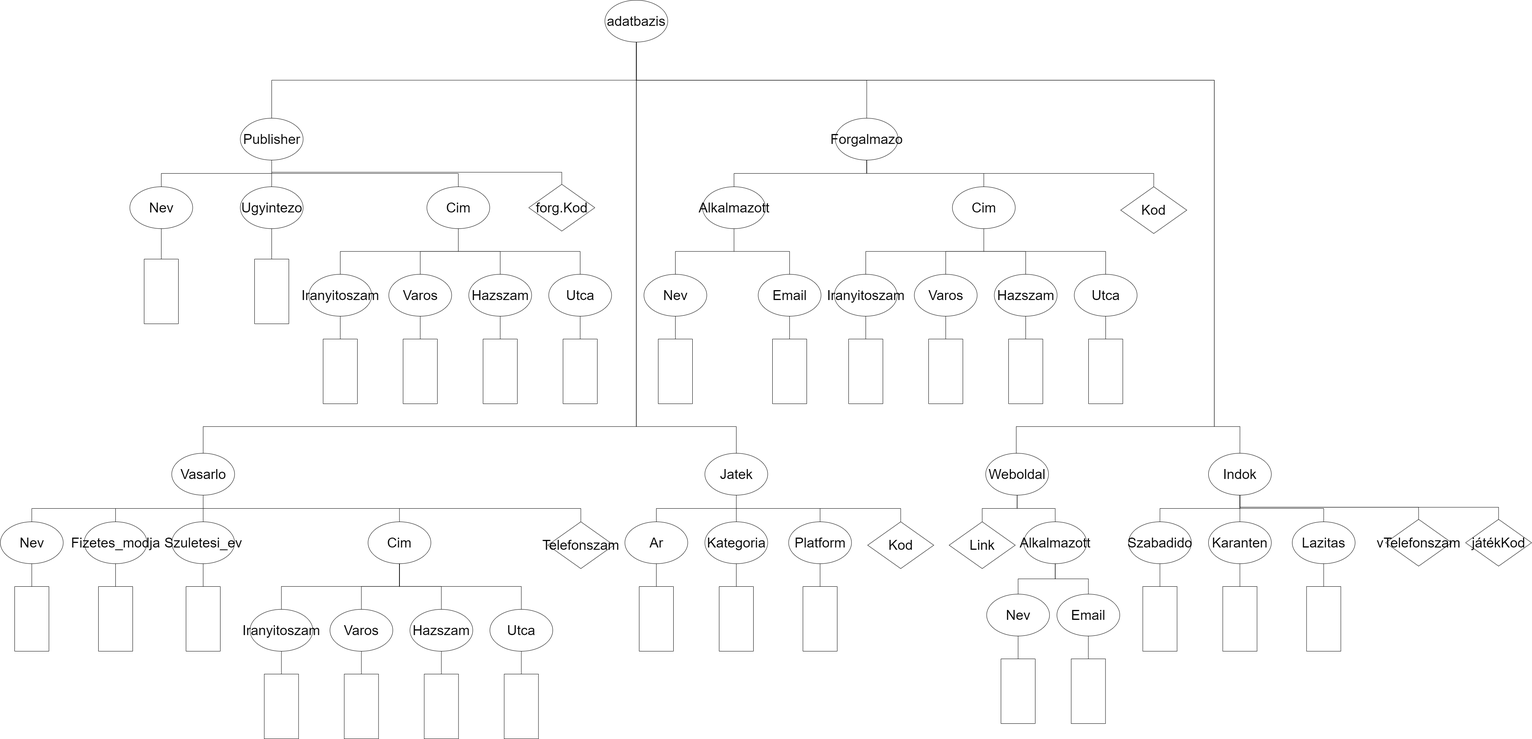
This is XMLTaskBPWTW0/XDMBPWTW0.png from martonmengyan/BPWTW0_XMLGyak, a draw.io export, as it was before one commit. Source tidied: cells renumbered, new cells last; positions are measured from the earlier drawing's top-left corner, leaving out a move shared by most shapes.
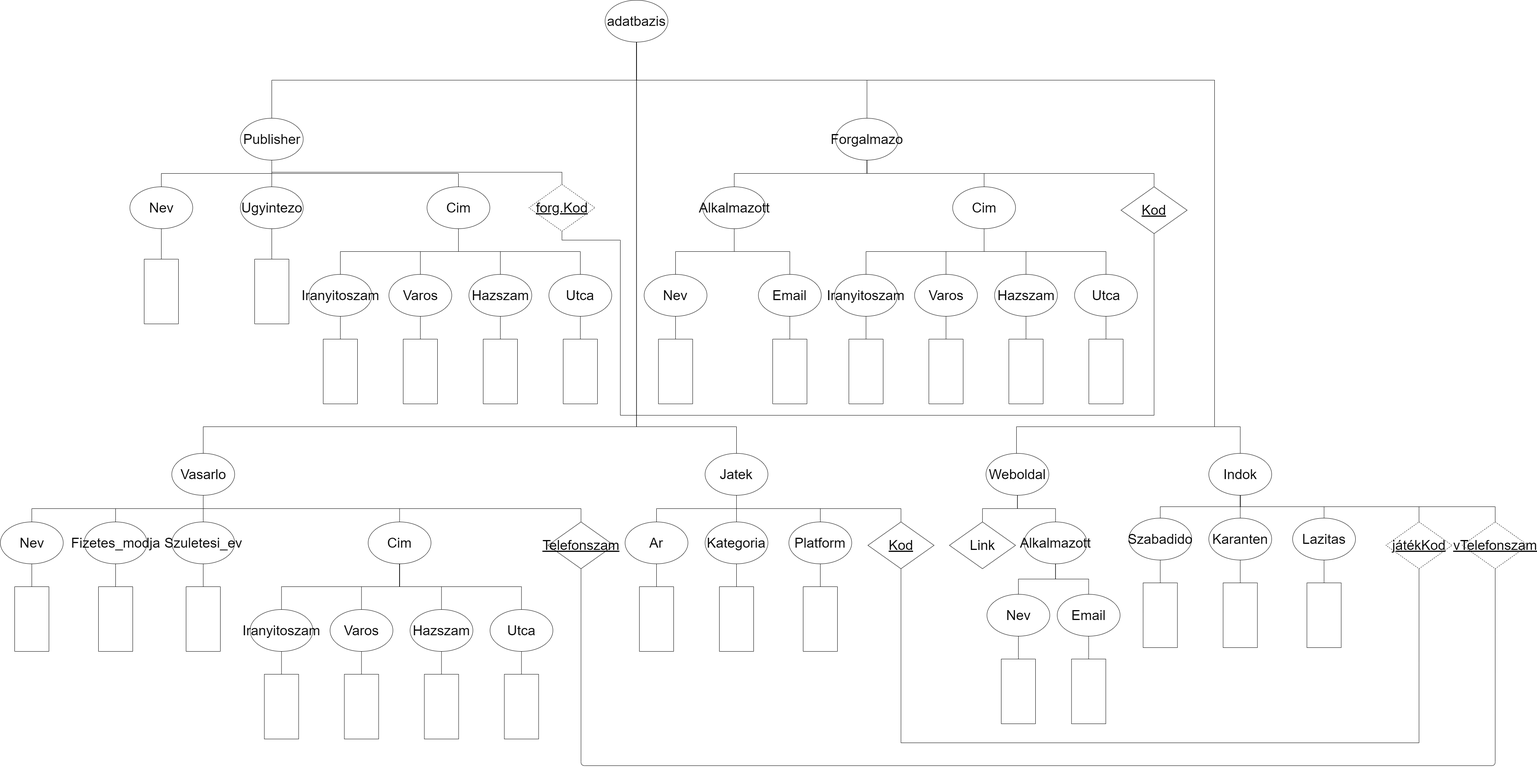
After the change.

Change to the diagram source:
```diff
@@ -260,7 +260,7 @@
     <mxCell id="87" style="endArrow=none;html=1;exitX=0.5;exitY=1;exitDx=0;exitDy=0;entryX=0;entryY=0.5;entryDx=0;entryDy=0;" parent="1" edge="1" source="74" target="83">
       <mxGeometry relative="1" as="geometry" />
     </mxCell>
-    <mxCell id="88" value="&lt;font style=&quot;font-size: 36px&quot;&gt;Kod&lt;/font&gt;" style="rhombus;whiteSpace=wrap;html=1;" parent="1" vertex="1">
+    <mxCell id="88" value="&lt;font style=&quot;font-size: 36px&quot;&gt;&lt;u&gt;Kod&lt;/u&gt;&lt;/font&gt;" style="rhombus;whiteSpace=wrap;html=1;" parent="1" vertex="1">
       <mxGeometry x="2944.5" y="490" width="173.5" height="122.9" as="geometry" />
     </mxCell>
     <mxCell id="89" style="endArrow=none;html=1;exitX=0.5;exitY=1;exitDx=0;exitDy=0;entryX=0.5;entryY=0;entryDx=0;entryDy=0;edgeStyle=orthogonalEdgeStyle;rounded=0;" parent="1" edge="1" source="4" target="88">
@@ -278,7 +278,7 @@
     <mxCell id="93" style="endArrow=none;html=1;exitX=0.5;exitY=1;exitDx=0;exitDy=0;entryX=0.5;entryY=0;entryDx=0;entryDy=0;edgeStyle=orthogonalEdgeStyle;rounded=0;" parent="1" edge="1" source="3" target="71">
       <mxGeometry relative="1" as="geometry" />
     </mxCell>
-    <mxCell id="94" value="&lt;font style=&quot;font-size: 36px&quot;&gt;Telefonszam&lt;/font&gt;" style="rhombus;whiteSpace=wrap;html=1;" parent="1" vertex="1">
+    <mxCell id="94" value="&lt;font style=&quot;font-size: 36px&quot;&gt;&lt;u&gt;Telefonszam&lt;/u&gt;&lt;/font&gt;" style="rhombus;whiteSpace=wrap;html=1;" parent="1" vertex="1">
       <mxGeometry x="1440" y="1370" width="173.5" height="122.9" as="geometry" />
     </mxCell>
     <mxCell id="95" style="endArrow=none;html=1;exitX=0.5;exitY=1;exitDx=0;exitDy=0;entryX=0.5;entryY=0;entryDx=0;entryDy=0;edgeStyle=orthogonalEdgeStyle;rounded=0;" parent="1" edge="1" source="3" target="94">
@@ -320,7 +320,7 @@
     <mxCell id="107" style="endArrow=none;html=1;exitX=0.5;exitY=1;exitDx=0;exitDy=0;entryX=0.5;entryY=0;entryDx=0;entryDy=0;edgeStyle=orthogonalEdgeStyle;rounded=0;" parent="1" edge="1" source="5" target="99">
       <mxGeometry relative="1" as="geometry" />
     </mxCell>
-    <mxCell id="108" value="&lt;font style=&quot;font-size: 36px&quot;&gt;Kod&lt;/font&gt;" style="rhombus;whiteSpace=wrap;html=1;" parent="1" vertex="1">
+    <mxCell id="108" value="&lt;font style=&quot;font-size: 36px&quot;&gt;&lt;u&gt;Kod&lt;/u&gt;&lt;/font&gt;" style="rhombus;whiteSpace=wrap;html=1;" parent="1" vertex="1">
       <mxGeometry x="2280" y="1370" width="173.5" height="122.9" as="geometry" />
     </mxCell>
     <mxCell id="109" style="endArrow=none;html=1;exitX=0.5;exitY=1;exitDx=0;exitDy=0;entryX=0.5;entryY=0;entryDx=0;entryDy=0;edgeStyle=orthogonalEdgeStyle;rounded=0;" parent="1" edge="1" source="5" target="108">
@@ -360,28 +360,28 @@
       <mxGeometry relative="1" as="geometry" />
     </mxCell>
     <mxCell id="121" value="&lt;font style=&quot;font-size: 36px&quot;&gt;Szabadido&lt;/font&gt;" style="ellipse;whiteSpace=wrap;html=1;" parent="1" vertex="1">
-      <mxGeometry x="2965" y="1370" width="165" height="110" as="geometry" />
+      <mxGeometry x="2965" y="1360" width="165" height="110" as="geometry" />
     </mxCell>
     <mxCell id="122" style="rounded=0;whiteSpace=wrap;html=1;rotation=90;" parent="1" vertex="1">
-      <mxGeometry x="2962.5" y="1580" width="170" height="90" as="geometry" />
+      <mxGeometry x="2962.5" y="1570" width="170" height="90" as="geometry" />
     </mxCell>
     <mxCell id="123" style="endArrow=none;html=1;exitX=0.5;exitY=1;exitDx=0;exitDy=0;entryX=0;entryY=0.5;entryDx=0;entryDy=0;" parent="1" edge="1" source="121" target="122">
       <mxGeometry relative="1" as="geometry" />
     </mxCell>
     <mxCell id="124" value="&lt;span style=&quot;font-size: 36px&quot;&gt;Lazitas&lt;/span&gt;" style="ellipse;whiteSpace=wrap;html=1;" parent="1" vertex="1">
-      <mxGeometry x="3395" y="1370" width="165" height="110" as="geometry" />
+      <mxGeometry x="3395" y="1360" width="165" height="110" as="geometry" />
     </mxCell>
     <mxCell id="125" style="rounded=0;whiteSpace=wrap;html=1;rotation=90;" parent="1" vertex="1">
-      <mxGeometry x="3392.5" y="1580" width="170" height="90" as="geometry" />
+      <mxGeometry x="3392.5" y="1570" width="170" height="90" as="geometry" />
     </mxCell>
     <mxCell id="126" style="endArrow=none;html=1;exitX=0.5;exitY=1;exitDx=0;exitDy=0;entryX=0;entryY=0.5;entryDx=0;entryDy=0;" parent="1" edge="1" source="124" target="125">
       <mxGeometry relative="1" as="geometry" />
     </mxCell>
     <mxCell id="127" value="&lt;font style=&quot;font-size: 36px&quot;&gt;Karanten&lt;/font&gt;" style="ellipse;whiteSpace=wrap;html=1;" parent="1" vertex="1">
-      <mxGeometry x="3175" y="1370" width="165" height="110" as="geometry" />
+      <mxGeometry x="3175" y="1360" width="165" height="110" as="geometry" />
     </mxCell>
     <mxCell id="128" style="rounded=0;whiteSpace=wrap;html=1;rotation=90;" parent="1" vertex="1">
-      <mxGeometry x="3172.5" y="1580" width="170" height="90" as="geometry" />
+      <mxGeometry x="3172.5" y="1570" width="170" height="90" as="geometry" />
     </mxCell>
     <mxCell id="129" style="endArrow=none;html=1;exitX=0.5;exitY=1;exitDx=0;exitDy=0;entryX=0;entryY=0.5;entryDx=0;entryDy=0;" parent="1" edge="1" source="127" target="128">
       <mxGeometry relative="1" as="geometry" />
@@ -438,7 +438,7 @@
     <mxCell id="138" style="endArrow=none;html=1;exitX=0.5;exitY=0;exitDx=0;exitDy=0;entryX=0.5;entryY=1;entryDx=0;entryDy=0;edgeStyle=orthogonalEdgeStyle;rounded=0;" parent="1" edge="1" source="7" target="2">
       <mxGeometry relative="1" as="geometry" />
     </mxCell>
-    <mxCell id="139" value="&lt;font style=&quot;font-size: 36px&quot;&gt;forg.Kod&lt;/font&gt;" style="rhombus;whiteSpace=wrap;html=1;" parent="1" vertex="1">
+    <mxCell id="139" value="&lt;font style=&quot;font-size: 36px&quot;&gt;&lt;u&gt;forg.Kod&lt;/u&gt;&lt;/font&gt;" style="rhombus;whiteSpace=wrap;html=1;dashed=1;" parent="1" vertex="1">
       <mxGeometry x="1390" y="483.5" width="173.5" height="122.9" as="geometry" />
     </mxCell>
     <mxCell id="140" style="endArrow=none;html=1;exitX=0.5;exitY=1;exitDx=0;exitDy=0;entryX=0.5;entryY=0;entryDx=0;entryDy=0;edgeStyle=orthogonalEdgeStyle;rounded=0;" parent="1" edge="1" source="7" target="139">
@@ -450,17 +450,53 @@
     <mxCell id="142" style="endArrow=none;html=1;exitX=0.5;exitY=1;exitDx=0;exitDy=0;entryX=0.5;entryY=0;entryDx=0;entryDy=0;rounded=0;edgeStyle=orthogonalEdgeStyle;" parent="1" edge="1" source="110" target="141">
       <mxGeometry relative="1" as="geometry" />
     </mxCell>
-    <mxCell id="143" value="&lt;font style=&quot;font-size: 36px&quot;&gt;vTelefonszam&lt;/font&gt;" style="rhombus;whiteSpace=wrap;html=1;" parent="1" vertex="1">
-      <mxGeometry x="3640" y="1363.5" width="173.5" height="122.9" as="geometry" />
+    <mxCell id="143" value="&lt;font style=&quot;font-size: 36px&quot;&gt;&lt;u&gt;vTelefonszam&lt;/u&gt;&lt;/font&gt;" style="rhombus;whiteSpace=wrap;html=1;dashed=1;" parent="1" vertex="1">
+      <mxGeometry x="3840" y="1370" width="173.5" height="122.9" as="geometry" />
     </mxCell>
-    <mxCell id="144" value="&lt;font style=&quot;font-size: 36px&quot;&gt;játékKod&lt;/font&gt;" style="rhombus;whiteSpace=wrap;html=1;" parent="1" vertex="1">
-      <mxGeometry x="3850" y="1363.5" width="173.5" height="122.9" as="geometry" />
+    <mxCell id="144" value="&lt;font style=&quot;font-size: 36px&quot;&gt;&lt;u&gt;játékKod&lt;/u&gt;&lt;/font&gt;" style="rhombus;whiteSpace=wrap;html=1;dashed=1;" parent="1" vertex="1">
+      <mxGeometry x="3640" y="1370" width="173.5" height="122.9" as="geometry" />
     </mxCell>
     <mxCell id="145" style="endArrow=none;html=1;exitX=0.5;exitY=1;exitDx=0;exitDy=0;entryX=0.5;entryY=0;entryDx=0;entryDy=0;edgeStyle=orthogonalEdgeStyle;rounded=0;" parent="1" edge="1" source="6" target="143">
-      <mxGeometry relative="1" as="geometry" />
+      <mxGeometry relative="1" as="geometry">
+        <Array as="points">
+          <mxPoint x="3257" y="1330" />
+          <mxPoint x="3927" y="1330" />
+        </Array>
+      </mxGeometry>
     </mxCell>
     <mxCell id="146" style="endArrow=none;html=1;exitX=0.5;exitY=1;exitDx=0;exitDy=0;entryX=0.5;entryY=0;entryDx=0;entryDy=0;edgeStyle=orthogonalEdgeStyle;rounded=0;" parent="1" edge="1" source="6" target="144">
-      <mxGeometry relative="1" as="geometry" />
+      <mxGeometry relative="1" as="geometry">
+        <Array as="points">
+          <mxPoint x="3257" y="1330" />
+          <mxPoint x="3727" y="1330" />
+        </Array>
+      </mxGeometry>
     </mxCell>
+    <mxCell id="147" style="endArrow=none;html=1;exitX=0.5;exitY=1;exitDx=0;exitDy=0;entryX=0.5;entryY=1;entryDx=0;entryDy=0;edgeStyle=orthogonalEdgeStyle;" parent="1" edge="1" source="94" target="143">
+      <mxGeometry relative="1" as="geometry">
+        <Array as="points">
+          <mxPoint x="1527" y="2010" />
+          <mxPoint x="3927" y="2010" />
+        </Array>
+      </mxGeometry>
+    </mxCell>
+    <mxCell id="148" style="endArrow=none;html=1;exitX=0.5;exitY=1;exitDx=0;exitDy=0;entryX=0.5;entryY=1;entryDx=0;entryDy=0;edgeStyle=orthogonalEdgeStyle;rounded=0;" parent="1" edge="1" source="108" target="144">
+      <mxGeometry relative="1" as="geometry">
+        <Array as="points">
+          <mxPoint x="2367" y="1950" />
+          <mxPoint x="3727" y="1950" />
+        </Array>
+      </mxGeometry>
+    </mxCell>
+    <mxCell id="149" style="endArrow=none;html=1;exitX=0.5;exitY=1;exitDx=0;exitDy=0;entryX=0.5;entryY=1;entryDx=0;entryDy=0;edgeStyle=orthogonalEdgeStyle;rounded=0;" parent="1" edge="1" source="139" target="88">
+      <mxGeometry relative="1" as="geometry">
+        <Array as="points">
+          <mxPoint x="1477" y="630" />
+          <mxPoint x="1630" y="630" />
+          <mxPoint x="1630" y="1090" />
+          <mxPoint x="3031" y="1090" />
+        </Array>
+      </mxGeometry>
+    </mxCell>
   </root>
 </mxGraphModel>
```
